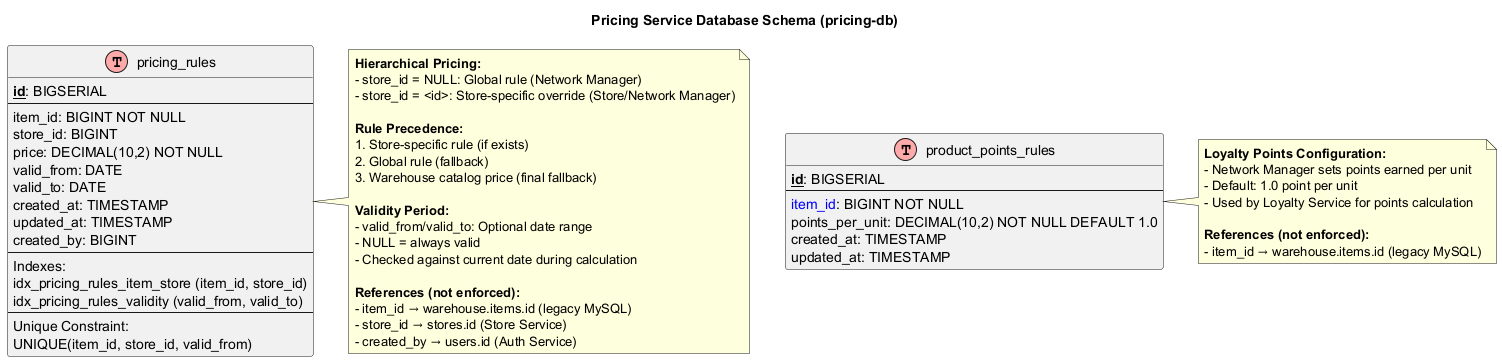
Before: Docs/pricing-service/pricing-service-database-schema.png, a diagram exported from PlantUML (Alex180504/DE-store).
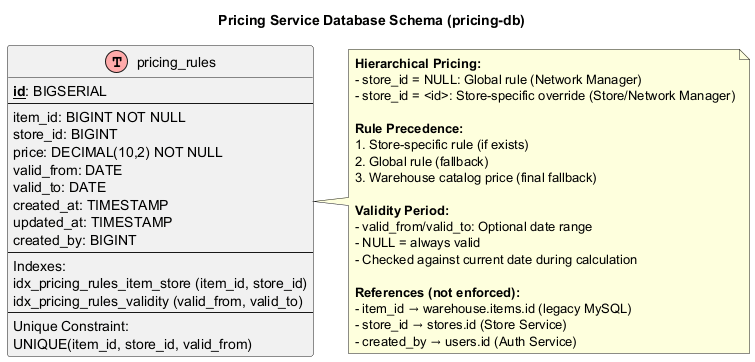
The same file after the commit.

The edit, as a diff of the source:
```diff
@@ -27,15 +27,6 @@
   UNIQUE(item_id, store_id, valid_from)
 }
 
-Table(product_points_rules, "product_points_rules") {
-  primary_key(id): BIGSERIAL
-  --
-  unique(item_id): BIGINT NOT NULL
-  points_per_unit: DECIMAL(10,2) NOT NULL DEFAULT 1.0
-  created_at: TIMESTAMP
-  updated_at: TIMESTAMP
-}
-
 note right of pricing_rules
   **Hierarchical Pricing:**
   - store_id = NULL: Global rule (Network Manager)
@@ -57,14 +48,4 @@
   - created_by → users.id (Auth Service)
 end note
 
-note right of product_points_rules
-  **Loyalty Points Configuration:**
-  - Network Manager sets points earned per unit
-  - Default: 1.0 point per unit
-  - Used by Loyalty Service for points calculation
-
-  **References (not enforced):**
-  - item_id → warehouse.items.id (legacy MySQL)
-end note
-
 @enduml
```
